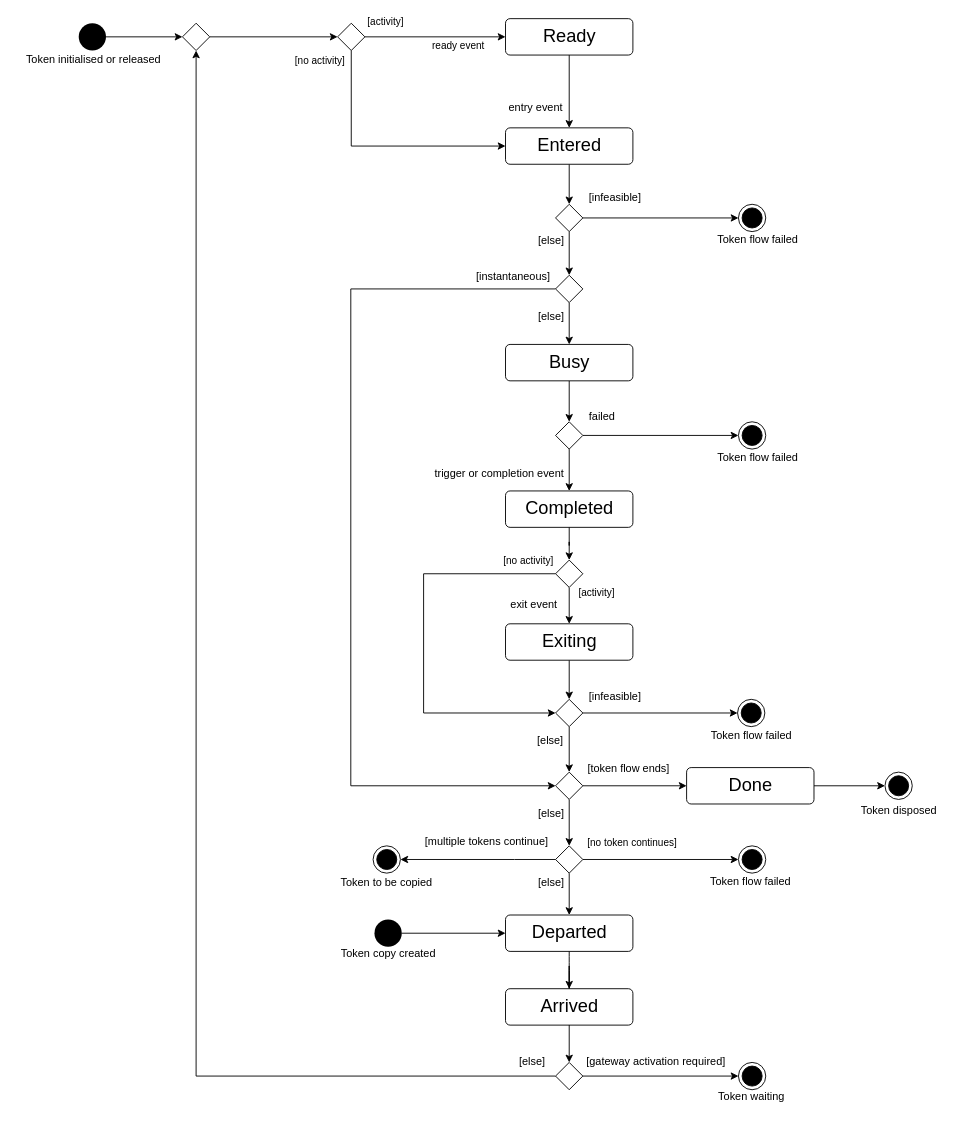
Above: execution/engine/Token_life-cycle.drawio in bpmn-os/bpmnos-engine (draw.io), before the change. Source tidied: cells renumbered, new cells numbered last; positions are measured from the earlier drawing's top-left corner, leaving out a move shared by most shapes. Both pictures are drawn from the tidied source at 91%, with x=0, y=0 at pixel (15, 18).
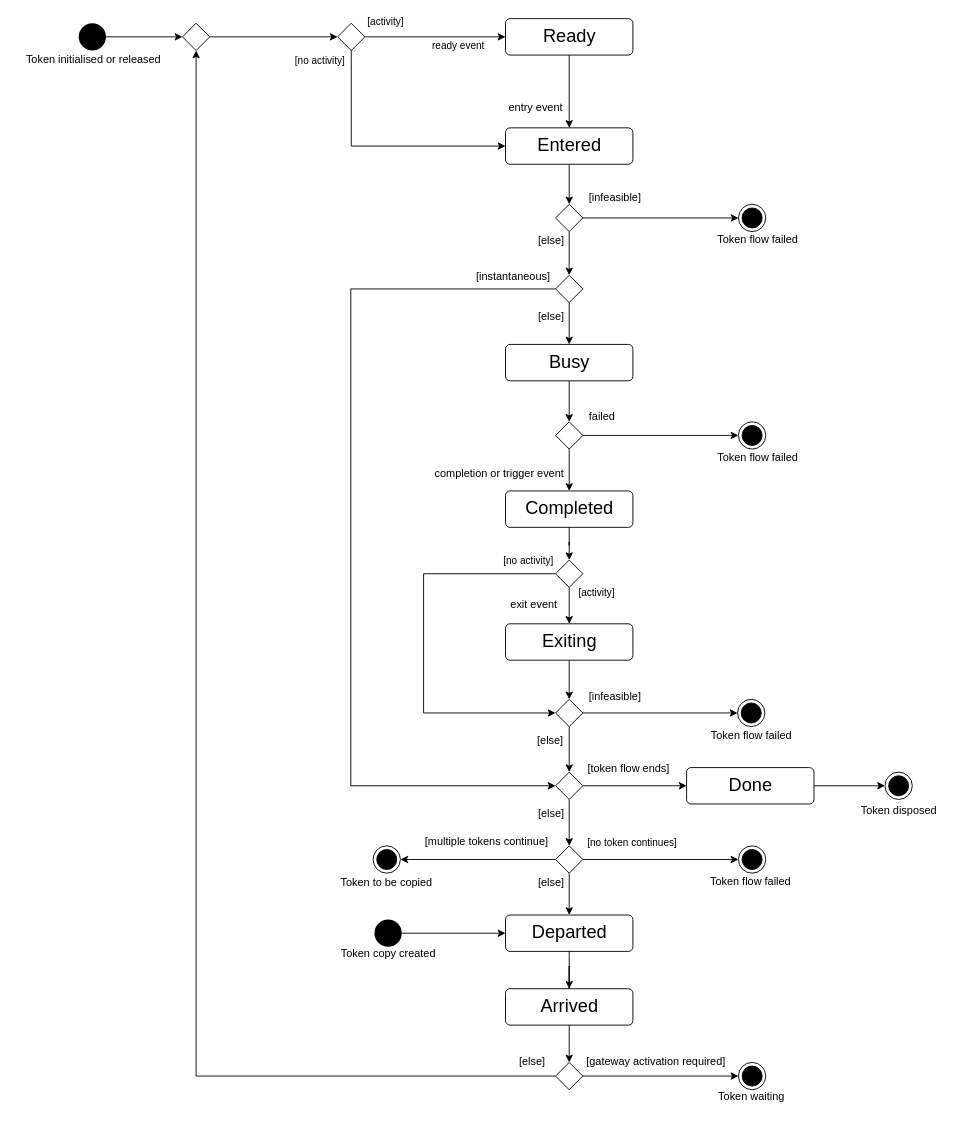
Above is the later version.

The edit, as a diff of the source:
```diff
@@
-    <mxCell id="48" value="trigger or completion event" style="text;html=1;align=center;verticalAlign=middle;strokeColor=none;fillColor=none;" parent="1" vertex="1">
+    <mxCell id="48" value="completion or trigger event" style="text;html=1;align=center;verticalAlign=middle;strokeColor=none;fillColor=none;" parent="1" vertex="1">
       <mxGeometry x="446" y="485" width="170" height="30" as="geometry" />
     </mxCell>
```
